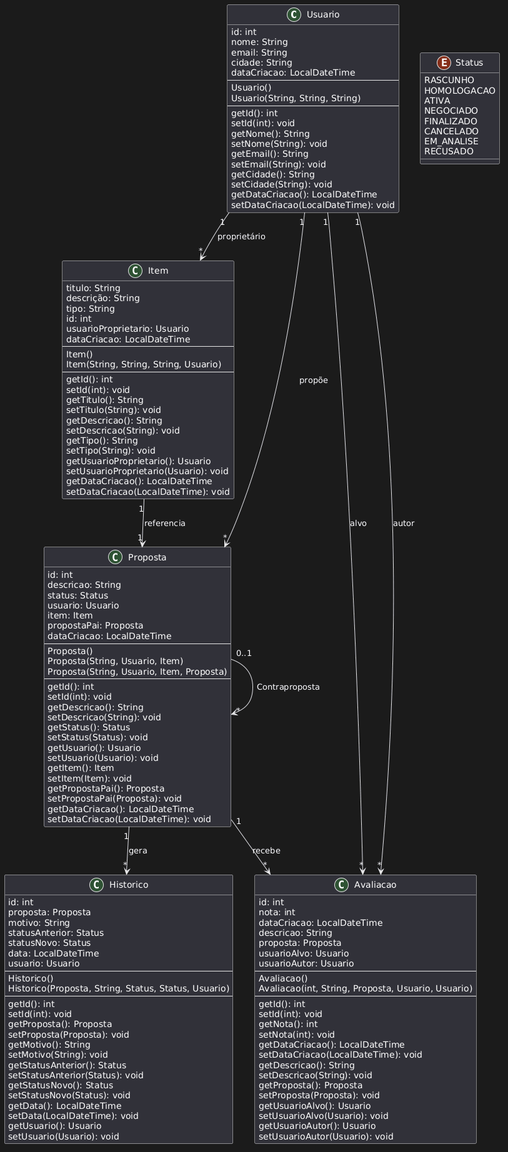
Above: diagramas/DiagramaDeClasseV1.png in 2ez4calvin/arq_proj_2026 (PlantUML), before the change.
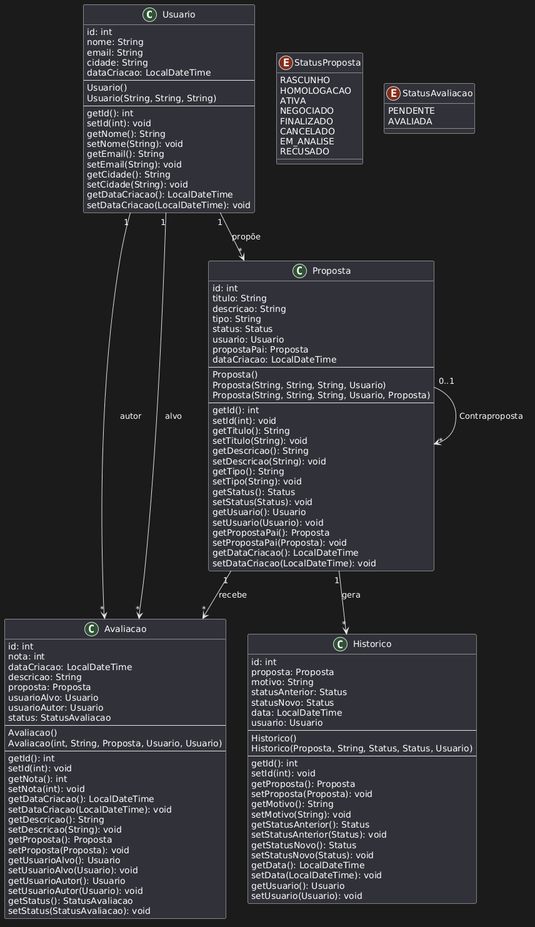
After the commit.

What changed in the source:
```diff
@@ -21,31 +21,6 @@
 	setDataCriacao(LocalDateTime): void
 }
 
-class Item {
-	titulo: String
-	descrição: String
-	tipo: String
-	id: int
-	usuarioProprietario: Usuario
-	dataCriacao: LocalDateTime
-	--
-	Item()
-	Item(String, String, String, Usuario)
-	--
-	getId(): int
-	setId(int): void
-	getTitulo(): String
-	setTitulo(String): void
-	getDescricao(): String
-	setDescricao(String): void
-	getTipo(): String
-	setTipo(String): void
-	getUsuarioProprietario(): Usuario
-	setUsuarioProprietario(Usuario): void
-	getDataCriacao(): LocalDateTime
-	setDataCriacao(LocalDateTime): void
-}
-
 class Avaliacao {
 	id: int
 	nota: int
@@ -54,6 +29,7 @@
 	proposta: Proposta
 	usuarioAlvo: Usuario
 	usuarioAutor: Usuario
+	status: StatusAvaliacao
 	--
 	Avaliacao()
 	Avaliacao(int, String, Proposta, Usuario, Usuario)
@@ -72,31 +48,36 @@
 	setUsuarioAlvo(Usuario): void
 	getUsuarioAutor(): Usuario
 	setUsuarioAutor(Usuario): void
+	getStatus(): StatusAvaliacao
+	setStatus(StatusAvaliacao): void
 }
 
 class Proposta {
 	id: int
+	titulo: String
 	descricao: String
+	tipo: String
 	status: Status
 	usuario: Usuario
-	item: Item
 	propostaPai: Proposta
 	dataCriacao: LocalDateTime
 	--
 	Proposta()
-	Proposta(String, Usuario, Item)
-	Proposta(String, Usuario, Item, Proposta)
+	Proposta(String, String, String, Usuario)
+	Proposta(String, String, String, Usuario, Proposta)
 	--
 	getId(): int
 	setId(int): void
+	getTitulo(): String
+	setTitulo(String): void
 	getDescricao(): String
 	setDescricao(String): void
+	getTipo(): String
+	setTipo(String): void
 	getStatus(): Status
 	setStatus(Status): void
 	getUsuario(): Usuario
 	setUsuario(Usuario): void
-	getItem(): Item
-	setItem(Item): void
 	getPropostaPai(): Proposta
 	setPropostaPai(Proposta): void
 	getDataCriacao(): LocalDateTime
@@ -131,7 +112,7 @@
 	setUsuario(Usuario): void
 }
 
-enum Status {
+enum StatusProposta {
 	RASCUNHO
 	HOMOLOGACAO
 	ATIVA
@@ -142,11 +123,14 @@
 	RECUSADO
 }
 
-Usuario "1" --> "*" Item : proprietário
+enum StatusAvaliacao {
+	PENDENTE
+	AVALIADA
+}
+
 Usuario "1" --> "*" Proposta : propõe
 Usuario "1" --> "*" Avaliacao : autor
 Usuario "1" --> "*" Avaliacao : alvo
-Item "1" --> "1" Proposta : referencia
 Proposta "0..1" --> "*" Proposta : Contraproposta
 Proposta "1" --> "*" Historico : gera
 Proposta "1" --> "*" Avaliacao : recebe
```
